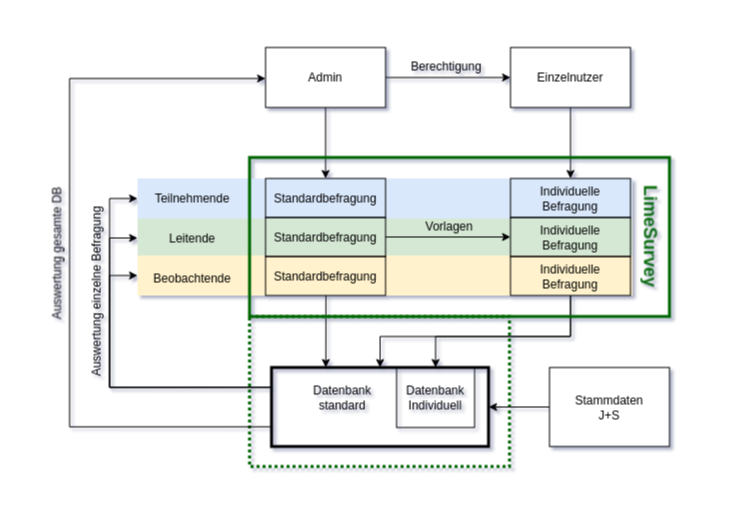
Before: Untitled Diagram.drawio in GordonWiegand/zeitwerte, a draw.io diagram. Source tidied: cells renumbered, new cells numbered last; positions are measured from the earlier drawing's top-left corner, leaving out a move shared by most shapes. Both pictures are drawn from the tidied source at 100%, with x=0, y=0 at pixel (-13, 17).
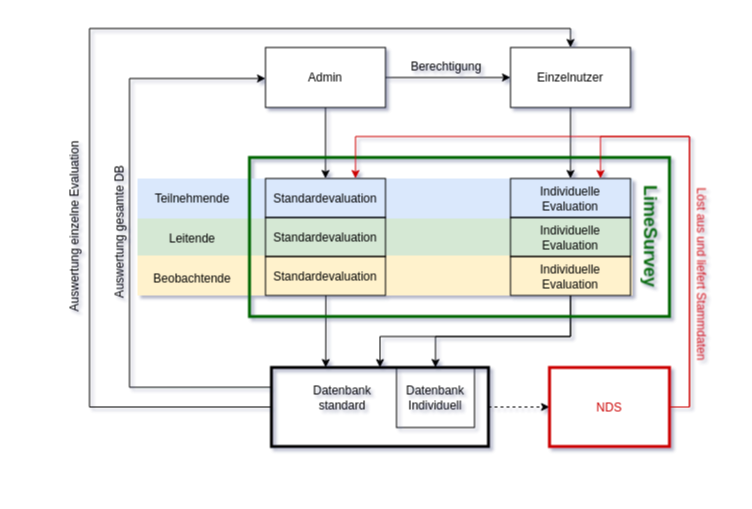
After the change.

The change refers to these unchanged cells:
```xml
<mxCell id="8" value="Einzelnutzer" style="rounded=0;whiteSpace=wrap;html=1;" parent="1" vertex="1">
  <mxGeometry x="523" y="30" width="120" height="60" as="geometry" />
</mxCell>
<mxCell id="9" style="rounded=0;whiteSpace=wrap;html=1;fillColor=#d5e8d4;strokeColor=none;" parent="1" vertex="1">
  <mxGeometry x="150" y="201" width="495" height="39" as="geometry" />
</mxCell>
<mxCell id="10" style="rounded=0;whiteSpace=wrap;html=1;fillColor=#fff2cc;strokeColor=none;" parent="1" vertex="1">
  <mxGeometry x="150" y="238" width="495" height="40" as="geometry" />
</mxCell>
<mxCell id="11" style="rounded=0;whiteSpace=wrap;html=1;fillColor=#dae8fc;strokeColor=none;" parent="1" vertex="1">
  <mxGeometry x="150" y="161" width="495" height="40" as="geometry" />
</mxCell>
<mxCell id="31" value="&lt;div&gt;&lt;/div&gt;" style="rounded=0;whiteSpace=wrap;html=1;fillColor=none;strokeWidth=3;" parent="1" vertex="1">
  <mxGeometry x="284" y="350" width="217" height="79" as="geometry" />
</mxCell>
```

Change to the diagram source:
```diff
@@
     <mxCell id="2" style="rounded=0;whiteSpace=wrap;html=1;strokeColor=none;strokeWidth=3;fillColor=none;fontColor=#000000;" parent="1" vertex="1">
-      <mxGeometry x="30" width="702" height="469" as="geometry" />
+      <mxGeometry x="52" width="690" height="469" as="geometry" />
     </mxCell>
-    <mxCell id="3" style="rounded=0;whiteSpace=wrap;html=1;strokeColor=#006600;strokeWidth=3;fillColor=none;fontColor=#000000;dashed=1;dashPattern=1 1;" parent="1" vertex="1">
-      <mxGeometry x="262" y="299" width="260" height="150" as="geometry" />
-    </mxCell>
@@
-    <mxCell id="12" value="Individuelle Befragung&lt;br&gt;" style="rounded=0;whiteSpace=wrap;html=1;fillColor=none;" parent="1" vertex="1">
+    <mxCell id="12" value="Individuelle Evaluation&lt;br&gt;" style="rounded=0;whiteSpace=wrap;html=1;fillColor=none;" parent="1" vertex="1">
       <mxGeometry x="523" y="161" width="120" height="39" as="geometry" />
     </mxCell>
-    <mxCell id="13" value="Standardbefragung" style="rounded=0;whiteSpace=wrap;html=1;fillColor=none;" parent="1" vertex="1">
+    <mxCell id="13" value="Standardevaluation" style="rounded=0;whiteSpace=wrap;html=1;fillColor=none;" parent="1" vertex="1">
       <mxGeometry x="278" y="161" width="120" height="39" as="geometry" />
     </mxCell>
@@
-    <mxCell id="17" style="edgeStyle=orthogonalEdgeStyle;rounded=0;jettySize=auto;html=1;exitX=1;exitY=0.5;exitDx=0;exitDy=0;entryX=0;entryY=0.5;entryDx=0;entryDy=0;" parent="1" edge="1" source="18" target="19">
-      <mxGeometry relative="1" as="geometry" />
-    </mxCell>
-    <mxCell id="18" value="Standardbefragung" style="rounded=0;whiteSpace=wrap;html=1;fillColor=none;" parent="1" vertex="1">
+    <mxCell id="18" value="&lt;span&gt;Standardevaluation&lt;/span&gt;" style="rounded=0;whiteSpace=wrap;html=1;fillColor=none;" parent="1" vertex="1">
       <mxGeometry x="278" y="200" width="120" height="39" as="geometry" />
     </mxCell>
-    <mxCell id="19" value="Individuelle Befragung&lt;br&gt;" style="rounded=0;whiteSpace=wrap;html=1;fillColor=none;" parent="1" vertex="1">
+    <mxCell id="19" value="Individuelle &lt;span&gt;Evaluation&lt;/span&gt;&lt;br&gt;" style="rounded=0;whiteSpace=wrap;html=1;fillColor=none;" parent="1" vertex="1">
       <mxGeometry x="523" y="200" width="120" height="39" as="geometry" />
     </mxCell>
@@
-    <mxCell id="21" value="Standardbefragung" style="rounded=0;whiteSpace=wrap;html=1;fillColor=none;" parent="1" vertex="1">
+    <mxCell id="21" value="&lt;span&gt;Standardevaluation&lt;/span&gt;" style="rounded=0;whiteSpace=wrap;html=1;fillColor=none;" parent="1" vertex="1">
       <mxGeometry x="278" y="239" width="120" height="39" as="geometry" />
     </mxCell>
-    <mxCell id="22" style="edgeStyle=orthogonalEdgeStyle;rounded=0;jettySize=auto;html=1;entryX=0.5;entryY=0;entryDx=0;entryDy=0;exitX=0.5;exitY=1;exitDx=0;exitDy=0;" parent="1" edge="1" source="24" target="31">
+    <mxCell id="22" style="edgeStyle=orthogonalEdgeStyle;rounded=0;jettySize=auto;html=1;exitX=0.5;exitY=1;exitDx=0;exitDy=0;entryX=0.5;entryY=0;entryDx=0;entryDy=0;" parent="1" edge="1" source="24" target="31">
       <mxGeometry relative="1" as="geometry">
         <Array as="points">
           <mxPoint x="583" y="319" />
-          <mxPoint x="393" y="319" />
+          <mxPoint x="392" y="319" />
         </Array>
       </mxGeometry>
     </mxCell>
@@
-    <mxCell id="24" value="Individuelle Befragung&lt;br&gt;" style="rounded=0;whiteSpace=wrap;html=1;fillColor=none;" parent="1" vertex="1">
+    <mxCell id="24" value="Individuelle &lt;span&gt;Evaluation&lt;/span&gt;&lt;br&gt;" style="rounded=0;whiteSpace=wrap;html=1;fillColor=none;" parent="1" vertex="1">
       <mxGeometry x="523" y="239" width="120" height="39" as="geometry" />
     </mxCell>
@@
-    <mxCell id="26" value="Vorlagen" style="text;html=1;strokeColor=none;fillColor=none;align=center;verticalAlign=middle;whiteSpace=wrap;rounded=0;" parent="1" vertex="1">
-      <mxGeometry x="422" y="199" width="80" height="20" as="geometry" />
-    </mxCell>
-    <mxCell id="27" style="edgeStyle=orthogonalEdgeStyle;rounded=0;jettySize=auto;html=1;entryX=0;entryY=0.5;entryDx=0;entryDy=0;fontColor=#000000;exitX=0;exitY=0.25;exitDx=0;exitDy=0;" parent="1" edge="1" source="31" target="11">
-      <mxGeometry relative="1" as="geometry">
-        <Array as="points">
-          <mxPoint x="122" y="369" />
-          <mxPoint x="122" y="181" />
-        </Array>
-      </mxGeometry>
-    </mxCell>
-    <mxCell id="28" style="edgeStyle=orthogonalEdgeStyle;rounded=0;jettySize=auto;html=1;entryX=0;entryY=0.5;entryDx=0;entryDy=0;fontColor=#000000;exitX=0;exitY=0.25;exitDx=0;exitDy=0;" parent="1" edge="1" source="31" target="9">
-      <mxGeometry relative="1" as="geometry">
-        <Array as="points">
-          <mxPoint x="122" y="369" />
-          <mxPoint x="122" y="221" />
-        </Array>
-      </mxGeometry>
-    </mxCell>
-    <mxCell id="29" style="edgeStyle=orthogonalEdgeStyle;rounded=0;jettySize=auto;html=1;entryX=0;entryY=0.5;entryDx=0;entryDy=0;fontColor=#000000;exitX=0;exitY=0.25;exitDx=0;exitDy=0;" parent="1" edge="1" source="31" target="10">
-      <mxGeometry relative="1" as="geometry">
-        <Array as="points">
-          <mxPoint x="122" y="369" />
-          <mxPoint x="122" y="258" />
-        </Array>
-      </mxGeometry>
-    </mxCell>
-    <mxCell id="30" style="edgeStyle=orthogonalEdgeStyle;rounded=0;jettySize=auto;html=1;fontColor=#000000;exitX=0;exitY=0.75;exitDx=0;exitDy=0;" parent="1" edge="1" source="31">
+    <mxCell id="30" style="edgeStyle=orthogonalEdgeStyle;rounded=0;jettySize=auto;html=1;fontColor=#000000;exitX=0;exitY=0.25;exitDx=0;exitDy=0;" parent="1" edge="1" source="31">
       <mxGeometry relative="1" as="geometry">
         <mxPoint x="278" y="61" as="targetPoint" />
         <Array as="points">
-          <mxPoint x="82" y="409" />
-          <mxPoint x="82" y="61" />
-          <mxPoint x="278" y="61" />
+          <mxPoint x="142" y="369" />
+          <mxPoint x="142" y="61" />
         </Array>
       </mxGeometry>
     </mxCell>
+    <mxCell id="40" style="edgeStyle=orthogonalEdgeStyle;rounded=0;jettySize=auto;html=1;entryX=0;entryY=0.5;entryDx=0;entryDy=0;dashed=1;" parent="1" edge="1" source="31" target="38">
+      <mxGeometry relative="1" as="geometry" />
+    </mxCell>
+    <mxCell id="41" style="edgeStyle=orthogonalEdgeStyle;rounded=0;jettySize=auto;html=1;entryX=0.5;entryY=0;entryDx=0;entryDy=0;strokeColor=#000000;fontColor=#000000;exitX=0;exitY=0.5;exitDx=0;exitDy=0;" parent="1" edge="1" source="31" target="8">
+      <mxGeometry relative="1" as="geometry">
+        <Array as="points">
+          <mxPoint x="102" y="389" />
+          <mxPoint x="102" y="11" />
+          <mxPoint x="583" y="11" />
+        </Array>
+      </mxGeometry>
+    </mxCell>
@@
     <mxCell id="33" value="Auswertung gesamte DB&lt;br&gt;" style="text;html=1;strokeColor=none;fillColor=none;align=center;verticalAlign=middle;whiteSpace=wrap;rounded=0;rotation=-90;" parent="1" vertex="1">
-      <mxGeometry y="226" width="140" height="20" as="geometry" />
+      <mxGeometry x="62" y="204.5" width="140" height="20" as="geometry" />
     </mxCell>
-    <mxCell id="34" value="Auswertung einzelne Befragung&lt;br&gt;" style="text;html=1;strokeColor=none;fillColor=none;align=center;verticalAlign=middle;whiteSpace=wrap;rounded=0;rotation=-90;" parent="1" vertex="1">
-      <mxGeometry x="16" y="264" width="186" height="20" as="geometry" />
+    <mxCell id="34" value="Auswertung einzelne&amp;nbsp;&lt;span&gt;Evaluation&lt;/span&gt;&lt;br&gt;" style="text;html=1;strokeColor=none;fillColor=none;align=center;verticalAlign=middle;whiteSpace=wrap;rounded=0;rotation=-90;" parent="1" vertex="1">
+      <mxGeometry x="-6" y="199" width="186" height="20" as="geometry" />
     </mxCell>
@@
-    <mxCell id="37" style="edgeStyle=orthogonalEdgeStyle;rounded=0;jettySize=auto;html=1;entryX=1;entryY=0.5;entryDx=0;entryDy=0;fontColor=#000000;" parent="1" edge="1" source="38" target="31">
-      <mxGeometry relative="1" as="geometry" />
-    </mxCell>
-    <mxCell id="38" value="&lt;div&gt;Stammdaten &lt;/div&gt;&lt;div&gt;J+S&lt;br&gt;&lt;/div&gt;" style="rounded=0;whiteSpace=wrap;html=1;" parent="1" vertex="1">
+    <mxCell id="38" value="&lt;div&gt;NDS&lt;br&gt;&lt;/div&gt;" style="rounded=0;whiteSpace=wrap;html=1;strokeColor=#CC0000;strokeWidth=3;fontColor=#CC0000;" parent="1" vertex="1">
       <mxGeometry x="562" y="350" width="120" height="79" as="geometry" />
     </mxCell>
+    <mxCell id="42" value="Löst aus und liefert Stammdaten&lt;br&gt;" style="text;html=1;strokeColor=none;fillColor=none;align=center;verticalAlign=middle;whiteSpace=wrap;rounded=0;rotation=90;fontColor=#CC0000;" parent="1" vertex="1">
+      <mxGeometry x="611" y="247" width="206" height="20" as="geometry" />
+    </mxCell>
@@
+    <mxCell id="43" style="edgeStyle=orthogonalEdgeStyle;rounded=0;jettySize=auto;html=1;entryX=0.75;entryY=0;entryDx=0;entryDy=0;exitX=1;exitY=0.5;exitDx=0;exitDy=0;strokeColor=#CC0000;" parent="1" edge="1" source="38" target="13">
+      <mxGeometry relative="1" as="geometry">
+        <Array as="points">
+          <mxPoint x="702" y="389" />
+          <mxPoint x="702" y="119" />
+          <mxPoint x="368" y="119" />
+        </Array>
+      </mxGeometry>
+    </mxCell>
+    <mxCell id="44" style="edgeStyle=orthogonalEdgeStyle;rounded=0;jettySize=auto;html=1;entryX=0.75;entryY=0;entryDx=0;entryDy=0;exitX=1;exitY=0.5;exitDx=0;exitDy=0;fontColor=#CC0000;strokeColor=#CC0000;" parent="1" edge="1" source="38" target="12">
+      <mxGeometry relative="1" as="geometry">
+        <Array as="points">
+          <mxPoint x="702" y="389" />
+          <mxPoint x="702" y="119" />
+          <mxPoint x="613" y="119" />
+        </Array>
+      </mxGeometry>
+    </mxCell>
```
